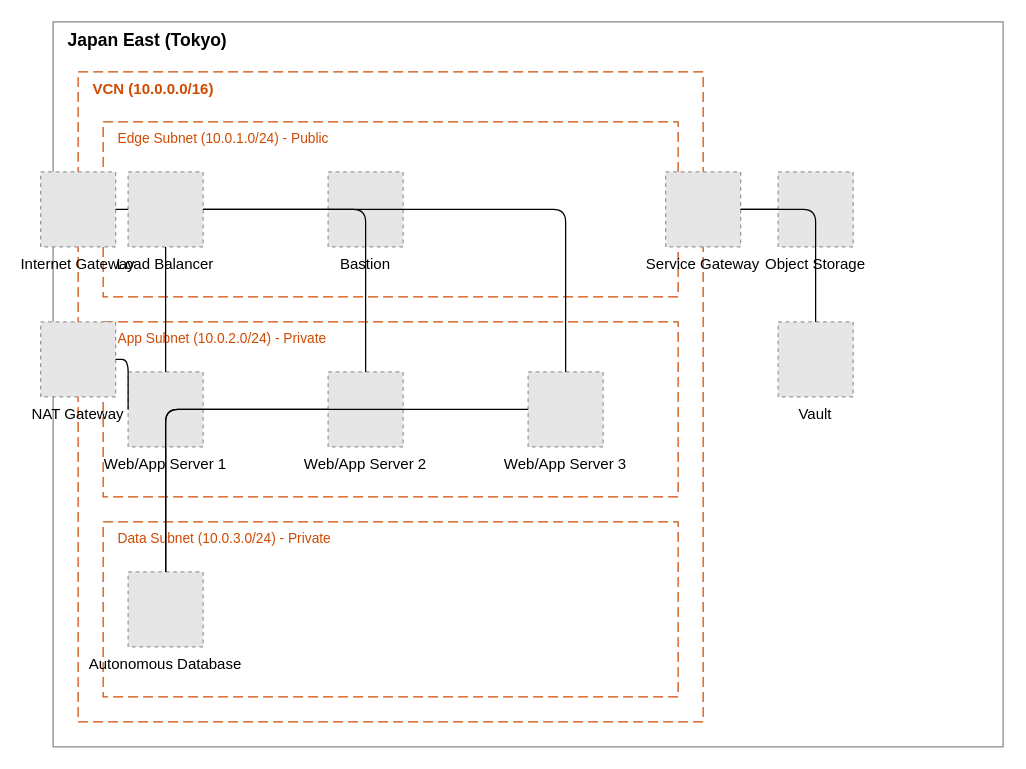
araidon/oci-skills keeps this draw.io diagram as skills/oci-drawio/examples/basic-web-3tier.drawio. Above is the earlier version. Source tidied: cells renumbered, new cells numbered last; positions are measured from the earlier drawing's top-left corner, leaving out a move shared by most shapes. Both pictures are drawn from the tidied source at 125%, with x=0, y=0 at pixel (40, 21). Pictures stored in the file or linked from it are replaced by grey dashed boxes.
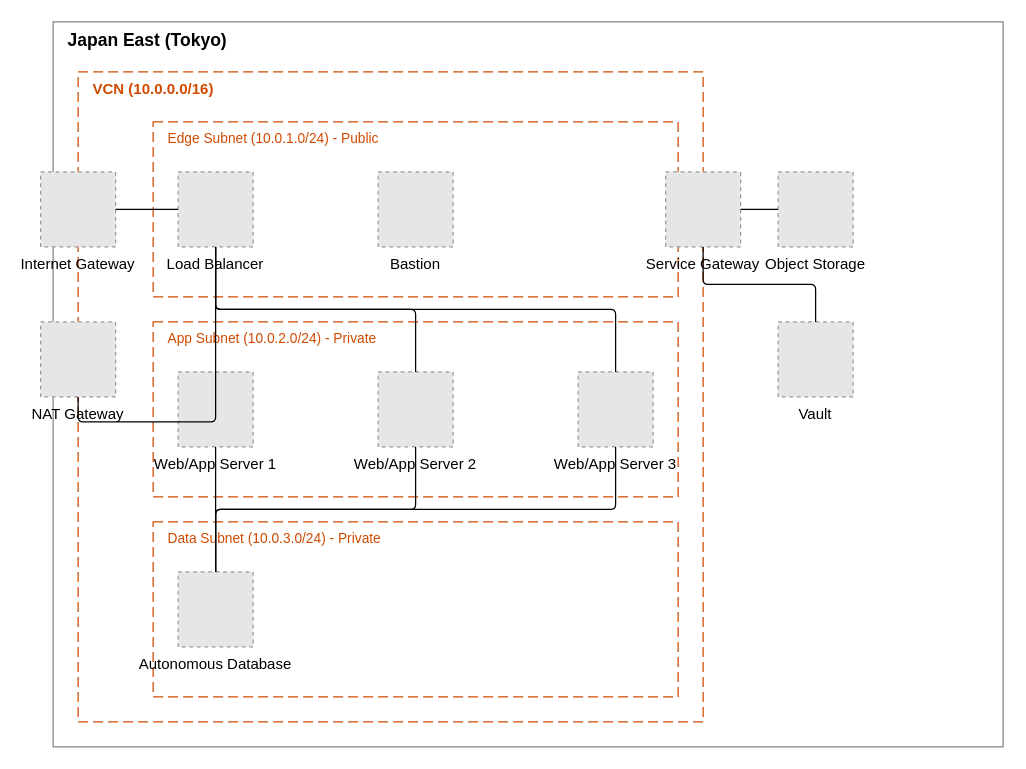
Above is the later version.

The change refers to these unchanged cells:
```xml
<mxCell id="3" value="VCN (10.0.0.0/16)" style="rounded=1;whiteSpace=wrap;html=1;arcSize=0;strokeColor=#D04A02;fillColor=none;dashed=1;dashPattern=8 4;verticalAlign=top;align=left;spacingLeft=10;fontStyle=1;fontSize=12;fontColor=#D04A02;" parent="2" vertex="1">
  <mxGeometry x="20" y="40" width="500" height="520" as="geometry" />
</mxCell>
<mxCell id="5" value="Load Balancer" style="fillColor=#E6E6E6;strokeColor=#999999;dashed=1;verticalLabelPosition=bottom;labelBackgroundColor=none;labelPosition=center;verticalAlign=top;" parent="4" vertex="1">
  <mxGeometry x="20" y="40" width="60" height="60" as="geometry" />
</mxCell>
<mxCell id="8" value="Web/App Server 1" style="fillColor=#E6E6E6;strokeColor=#999999;dashed=1;verticalLabelPosition=bottom;labelBackgroundColor=none;labelPosition=center;verticalAlign=top;" parent="7" vertex="1">
  <mxGeometry x="20" y="40" width="60" height="60" as="geometry" />
</mxCell>
<mxCell id="9" value="Web/App Server 2" style="fillColor=#E6E6E6;strokeColor=#999999;dashed=1;verticalLabelPosition=bottom;labelBackgroundColor=none;labelPosition=center;verticalAlign=top;" parent="7" vertex="1">
  <mxGeometry x="180" y="40" width="60" height="60" as="geometry" />
</mxCell>
<mxCell id="10" value="Web/App Server 3" style="fillColor=#E6E6E6;strokeColor=#999999;dashed=1;verticalLabelPosition=bottom;labelBackgroundColor=none;labelPosition=center;verticalAlign=top;" parent="7" vertex="1">
  <mxGeometry x="340" y="40" width="60" height="60" as="geometry" />
</mxCell>
<mxCell id="12" value="Autonomous Database" style="fillColor=#E6E6E6;strokeColor=#999999;dashed=1;verticalLabelPosition=bottom;labelBackgroundColor=none;labelPosition=center;verticalAlign=top;" parent="11" vertex="1">
  <mxGeometry x="20" y="40" width="60" height="60" as="geometry" />
</mxCell>
<mxCell id="13" value="Internet Gateway" style="fillColor=#E6E6E6;strokeColor=#999999;dashed=1;verticalLabelPosition=bottom;labelBackgroundColor=none;labelPosition=center;verticalAlign=top;" parent="3" vertex="1">
  <mxGeometry x="-30" y="80" width="60" height="60" as="geometry" />
</mxCell>
<mxCell id="14" value="NAT Gateway" style="fillColor=#E6E6E6;strokeColor=#999999;dashed=1;verticalLabelPosition=bottom;labelBackgroundColor=none;labelPosition=center;verticalAlign=top;" parent="3" vertex="1">
  <mxGeometry x="-30" y="200" width="60" height="60" as="geometry" />
</mxCell>
<mxCell id="15" value="Service Gateway" style="fillColor=#E6E6E6;strokeColor=#999999;dashed=1;verticalLabelPosition=bottom;labelBackgroundColor=none;labelPosition=center;verticalAlign=top;" parent="3" vertex="1">
  <mxGeometry x="470" y="80" width="60" height="60" as="geometry" />
</mxCell>
<mxCell id="16" value="Object Storage" style="fillColor=#E6E6E6;strokeColor=#999999;dashed=1;verticalLabelPosition=bottom;labelBackgroundColor=none;labelPosition=center;verticalAlign=top;" parent="2" vertex="1">
  <mxGeometry x="580" y="120" width="60" height="60" as="geometry" />
</mxCell>
<mxCell id="17" value="Vault" style="fillColor=#E6E6E6;strokeColor=#999999;dashed=1;verticalLabelPosition=bottom;labelBackgroundColor=none;labelPosition=center;verticalAlign=top;" parent="2" vertex="1">
  <mxGeometry x="580" y="240" width="60" height="60" as="geometry" />
</mxCell>
```

What changed in the source:
```diff
@@
     <mxCell id="4" value="Edge Subnet (10.0.1.0/24) - Public" style="rounded=1;whiteSpace=wrap;html=1;arcSize=0;strokeColor=#D04A02;fillColor=none;dashed=1;dashPattern=8 4;verticalAlign=top;align=left;spacingLeft=10;fontSize=11;fontColor=#D04A02;" parent="3" vertex="1">
-      <mxGeometry x="20" y="40" width="460" height="140" as="geometry" />
+      <mxGeometry x="60" y="40" width="420" height="140" as="geometry" />
     </mxCell>
@@
     <mxCell id="7" value="App Subnet (10.0.2.0/24) - Private" style="rounded=1;whiteSpace=wrap;html=1;arcSize=0;strokeColor=#D04A02;fillColor=none;dashed=1;dashPattern=8 4;verticalAlign=top;align=left;spacingLeft=10;fontSize=11;fontColor=#D04A02;" parent="3" vertex="1">
-      <mxGeometry x="20" y="200" width="460" height="140" as="geometry" />
+      <mxGeometry x="60" y="200" width="420" height="140" as="geometry" />
     </mxCell>
@@
     <mxCell id="11" value="Data Subnet (10.0.3.0/24) - Private" style="rounded=1;whiteSpace=wrap;html=1;arcSize=0;strokeColor=#D04A02;fillColor=none;dashed=1;dashPattern=8 4;verticalAlign=top;align=left;spacingLeft=10;fontSize=11;fontColor=#D04A02;" parent="3" vertex="1">
-      <mxGeometry x="20" y="360" width="460" height="140" as="geometry" />
+      <mxGeometry x="60" y="360" width="420" height="140" as="geometry" />
     </mxCell>
@@
-    <mxCell id="18" style="endArrow=none;startArrow=none;strokeColor=#000000;strokeWidth=1;edgeStyle=orthogonalEdgeStyle;" parent="1" edge="1" source="13" target="5">
+    <mxCell id="18" style="endArrow=none;startArrow=none;strokeColor=#000000;strokeWidth=1;edgeStyle=orthogonalEdgeStyle;rounded=1;arcSize=8;jettySize=20;html=1;exitX=1.0;exitY=0.5;exitDx=0;exitDy=0;entryX=0.0;entryY=0.5;entryDx=0;entryDy=0;" parent="1" edge="1" source="13" target="5">
       <mxGeometry relative="1" as="geometry" />
     </mxCell>
-    <mxCell id="19" style="endArrow=none;startArrow=none;strokeColor=#000000;strokeWidth=1;edgeStyle=orthogonalEdgeStyle;" parent="1" edge="1" source="5" target="8">
+    <mxCell id="19" style="endArrow=none;startArrow=none;strokeColor=#000000;strokeWidth=1;edgeStyle=orthogonalEdgeStyle;rounded=1;arcSize=8;jettySize=20;html=1;exitX=0.5;exitY=1.0;exitDx=0;exitDy=0;entryX=0.5;entryY=0.0;entryDx=0;entryDy=0;" parent="1" edge="1" source="5" target="8">
       <mxGeometry relative="1" as="geometry" />
     </mxCell>
-    <mxCell id="20" style="endArrow=none;startArrow=none;strokeColor=#000000;strokeWidth=1;edgeStyle=orthogonalEdgeStyle;" parent="1" edge="1" source="5" target="9">
-      <mxGeometry relative="1" as="geometry" />
+    <mxCell id="20" style="endArrow=none;startArrow=none;strokeColor=#000000;strokeWidth=1;edgeStyle=orthogonalEdgeStyle;rounded=1;arcSize=8;jettySize=20;html=1;exitX=0.5;exitY=1.0;exitDx=0;exitDy=0;entryX=0.5;entryY=0.0;entryDx=0;entryDy=0;" parent="1" edge="1" source="5" target="9">
+      <mxGeometry relative="1" as="geometry">
+        <Array as="points">
+          <mxPoint x="140" y="230" />
+          <mxPoint x="300" y="230" />
+        </Array>
+      </mxGeometry>
     </mxCell>
-    <mxCell id="21" style="endArrow=none;startArrow=none;strokeColor=#000000;strokeWidth=1;edgeStyle=orthogonalEdgeStyle;" parent="1" edge="1" source="5" target="10">
-      <mxGeometry relative="1" as="geometry" />
+    <mxCell id="21" style="endArrow=none;startArrow=none;strokeColor=#000000;strokeWidth=1;edgeStyle=orthogonalEdgeStyle;rounded=1;arcSize=8;jettySize=20;html=1;exitX=0.5;exitY=1.0;exitDx=0;exitDy=0;entryX=0.5;entryY=0.0;entryDx=0;entryDy=0;" parent="1" edge="1" source="5" target="10">
+      <mxGeometry relative="1" as="geometry">
+        <Array as="points">
+          <mxPoint x="140" y="230" />
+          <mxPoint x="460" y="230" />
+        </Array>
+      </mxGeometry>
     </mxCell>
-    <mxCell id="22" style="endArrow=none;startArrow=none;strokeColor=#000000;strokeWidth=1;edgeStyle=orthogonalEdgeStyle;" parent="1" edge="1" source="8" target="12">
+    <mxCell id="22" style="endArrow=none;startArrow=none;strokeColor=#000000;strokeWidth=1;edgeStyle=orthogonalEdgeStyle;rounded=1;arcSize=8;jettySize=20;html=1;exitX=0.5;exitY=1.0;exitDx=0;exitDy=0;entryX=0.5;entryY=0.0;entryDx=0;entryDy=0;" parent="1" edge="1" source="8" target="12">
       <mxGeometry relative="1" as="geometry" />
     </mxCell>
-    <mxCell id="23" style="endArrow=none;startArrow=none;strokeColor=#000000;strokeWidth=1;edgeStyle=orthogonalEdgeStyle;" parent="1" edge="1" source="9" target="12">
-      <mxGeometry relative="1" as="geometry" />
+    <mxCell id="23" style="endArrow=none;startArrow=none;strokeColor=#000000;strokeWidth=1;edgeStyle=orthogonalEdgeStyle;rounded=1;arcSize=8;jettySize=20;html=1;exitX=0.5;exitY=1.0;exitDx=0;exitDy=0;entryX=0.5;entryY=0.0;entryDx=0;entryDy=0;" parent="1" edge="1" source="9" target="12">
+      <mxGeometry relative="1" as="geometry">
+        <Array as="points">
+          <mxPoint x="300" y="390" />
+          <mxPoint x="140" y="390" />
+        </Array>
+      </mxGeometry>
     </mxCell>
-    <mxCell id="24" style="endArrow=none;startArrow=none;strokeColor=#000000;strokeWidth=1;edgeStyle=orthogonalEdgeStyle;" parent="1" edge="1" source="10" target="12">
-      <mxGeometry relative="1" as="geometry" />
+    <mxCell id="24" style="endArrow=none;startArrow=none;strokeColor=#000000;strokeWidth=1;edgeStyle=orthogonalEdgeStyle;rounded=1;arcSize=8;jettySize=20;html=1;exitX=0.5;exitY=1.0;exitDx=0;exitDy=0;entryX=0.5;entryY=0.0;entryDx=0;entryDy=0;" parent="1" edge="1" source="10" target="12">
+      <mxGeometry relative="1" as="geometry">
+        <Array as="points">
+          <mxPoint x="460" y="390" />
+          <mxPoint x="140" y="390" />
+        </Array>
+      </mxGeometry>
     </mxCell>
-    <mxCell id="25" style="endArrow=none;startArrow=none;strokeColor=#000000;strokeWidth=1;edgeStyle=orthogonalEdgeStyle;" parent="1" edge="1" source="14" target="8">
-      <mxGeometry relative="1" as="geometry" />
+    <mxCell id="25" style="endArrow=none;startArrow=none;strokeColor=#000000;strokeWidth=1;edgeStyle=orthogonalEdgeStyle;rounded=1;arcSize=8;jettySize=20;html=1;exitX=0.5;exitY=1.0;exitDx=0;exitDy=0;entryX=0.5;entryY=0.0;entryDx=0;entryDy=0;" parent="1" edge="1" source="14" target="8">
+      <mxGeometry relative="1" as="geometry">
+        <Array as="points">
+          <mxPoint x="30" y="320" />
+          <mxPoint x="140" y="320" />
+        </Array>
+      </mxGeometry>
     </mxCell>
-    <mxCell id="26" style="endArrow=none;startArrow=none;strokeColor=#000000;strokeWidth=1;edgeStyle=orthogonalEdgeStyle;" parent="1" edge="1" source="15" target="16">
+    <mxCell id="26" style="endArrow=none;startArrow=none;strokeColor=#000000;strokeWidth=1;edgeStyle=orthogonalEdgeStyle;rounded=1;arcSize=8;jettySize=20;html=1;exitX=1.0;exitY=0.5;exitDx=0;exitDy=0;entryX=0.0;entryY=0.5;entryDx=0;entryDy=0;" parent="1" edge="1" source="15" target="16">
       <mxGeometry relative="1" as="geometry" />
     </mxCell>
-    <mxCell id="27" style="endArrow=none;startArrow=none;strokeColor=#000000;strokeWidth=1;edgeStyle=orthogonalEdgeStyle;" parent="1" edge="1" source="15" target="17">
-      <mxGeometry relative="1" as="geometry" />
+    <mxCell id="27" style="endArrow=none;startArrow=none;strokeColor=#000000;strokeWidth=1;edgeStyle=orthogonalEdgeStyle;rounded=1;arcSize=8;jettySize=20;html=1;exitX=0.5;exitY=1.0;exitDx=0;exitDy=0;entryX=0.5;entryY=0.0;entryDx=0;entryDy=0;" parent="1" edge="1" source="15" target="17">
+      <mxGeometry relative="1" as="geometry">
+        <Array as="points">
+          <mxPoint x="530" y="210" />
+          <mxPoint x="620" y="210" />
+        </Array>
+      </mxGeometry>
     </mxCell>
```
